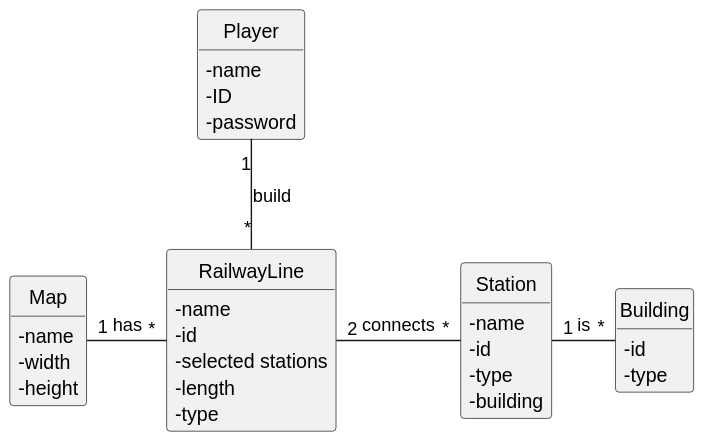
Above: docs/sprint1/us008/02.analysis/svg/us008-domain-model.svg in ivasduarte/all-aboard (PlantUML), before the change.
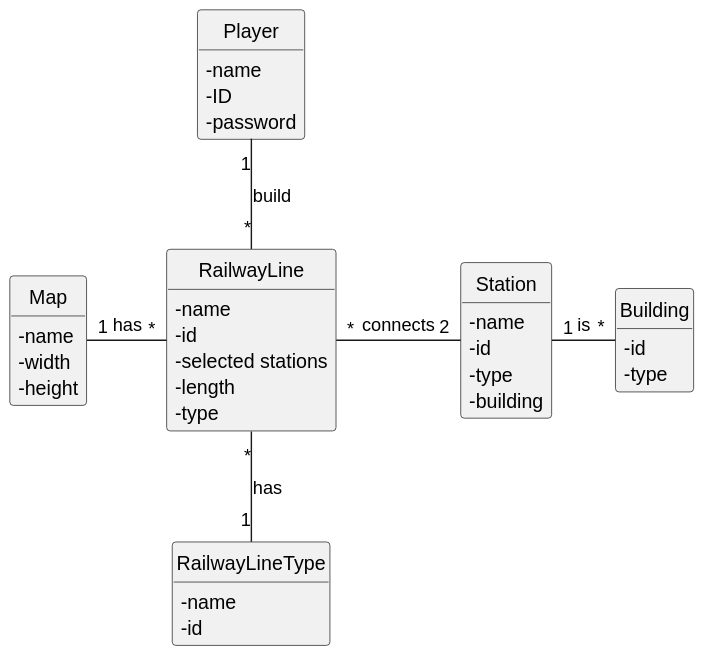
Later version of the same file.

Commit message:
US008(docs): Updated the domain model of the US

What changed in the source:
```diff
@@ -24,6 +24,11 @@
     - type
 }
 
+class RailwayLineType {
+    - name
+    - id
+}
+
 class Player {
     - name
     - ID
@@ -44,6 +49,7 @@
 
 Map "1" - "*" RailwayLine : has
 Player "1" -- "*" RailwayLine : build
-RailwayLine "2" - "*" Station : connects
+RailwayLine "*" - "2" Station : connects
 Station "1" - "*" Building : is
+RailwayLine "*" -- "1" RailwayLineType : has
 @enduml
```
